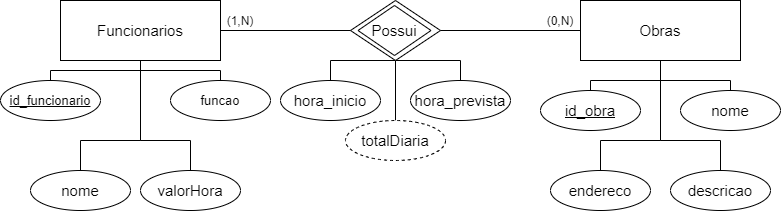
Before: SR/documentacao/bd.png, a diagram exported from draw.io (BielAlves1/Projeto-SR). Source tidied: cells renumbered, new cells last; positions are measured from the earlier drawing's top-left corner, leaving out a move shared by most shapes.
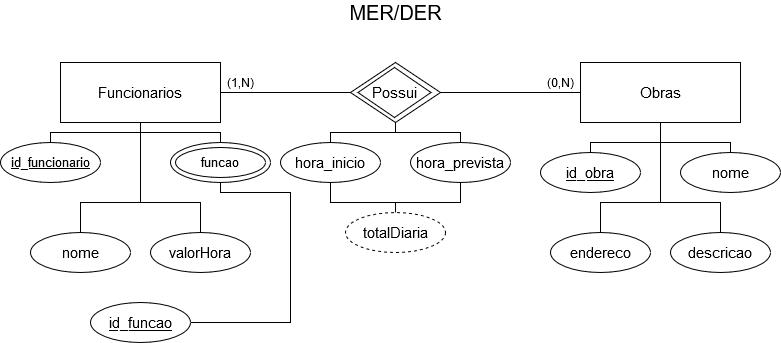
Later version of the same file.

The edit, as a diff of the source:
```diff
@@ -2,23 +2,37 @@
   <root>
     <mxCell id="0" />
     <mxCell id="1" parent="0" />
+    <mxCell id="40" style="edgeStyle=orthogonalEdgeStyle;rounded=0;jettySize=auto;html=1;exitX=0.5;exitY=1;exitDx=0;exitDy=0;endArrow=none;endFill=0;entryX=1;entryY=0.5;entryDx=0;entryDy=0;" parent="1" edge="1" source="21" target="44">
+      <mxGeometry relative="1" as="geometry">
+        <Array as="points">
+          <mxPoint x="220" y="130" />
+          <mxPoint x="290" y="130" />
+          <mxPoint x="290" y="260" />
+        </Array>
+      </mxGeometry>
+    </mxCell>
+    <mxCell id="21" style="ellipse;whiteSpace=wrap;html=1;fontSize=15;" parent="1" vertex="1">
+      <mxGeometry x="170" y="80" width="100" height="40" as="geometry" />
+    </mxCell>
+    <mxCell id="41" style="ellipse;whiteSpace=wrap;html=1;fontSize=15;" parent="1" vertex="1">
+      <mxGeometry x="175" y="85" width="90" height="30" as="geometry" />
+    </mxCell>
     <mxCell id="2" style="edgeStyle=orthogonalEdgeStyle;rounded=0;jettySize=auto;html=1;exitX=0.5;exitY=1;exitDx=0;exitDy=0;entryX=0.5;entryY=0;entryDx=0;entryDy=0;endArrow=none;endFill=0;fontSize=15;" parent="1" edge="1" source="5" target="33">
       <mxGeometry relative="1" as="geometry">
         <Array as="points">
-          <mxPoint x="460" y="60" />
+          <mxPoint x="395" y="70" />
+          <mxPoint x="460" y="70" />
         </Array>
       </mxGeometry>
     </mxCell>
     <mxCell id="3" style="edgeStyle=orthogonalEdgeStyle;rounded=0;jettySize=auto;html=1;exitX=0.5;exitY=1;exitDx=0;exitDy=0;entryX=0.5;entryY=0;entryDx=0;entryDy=0;endArrow=none;endFill=0;fontSize=15;" parent="1" edge="1" source="5" target="32">
       <mxGeometry relative="1" as="geometry">
         <Array as="points">
-          <mxPoint x="330" y="60" />
+          <mxPoint x="395" y="70" />
+          <mxPoint x="330" y="70" />
         </Array>
       </mxGeometry>
     </mxCell>
-    <mxCell id="4" style="edgeStyle=orthogonalEdgeStyle;rounded=0;jettySize=auto;html=1;exitX=0.5;exitY=1;exitDx=0;exitDy=0;entryX=0.5;entryY=0;entryDx=0;entryDy=0;endArrow=none;endFill=0;fontSize=15;" parent="1" edge="1" source="5" target="35">
-      <mxGeometry relative="1" as="geometry" />
-    </mxCell>
     <mxCell id="5" style="rhombus;whiteSpace=wrap;html=1;fontSize=15;" parent="1" vertex="1">
       <mxGeometry x="350" width="90" height="60" as="geometry" />
     </mxCell>
@@ -56,7 +70,7 @@
       <mxGeometry relative="1" as="geometry">
         <Array as="points">
           <mxPoint x="140" y="140" />
-          <mxPoint x="190" y="140" />
+          <mxPoint x="200" y="140" />
         </Array>
       </mxGeometry>
     </mxCell>
@@ -97,9 +111,6 @@
     <mxCell id="20" value="Funcionarios" style="text;html=1;strokeColor=none;fillColor=none;align=center;verticalAlign=middle;whiteSpace=wrap;rounded=0;fontSize=15;" parent="1" vertex="1">
       <mxGeometry x="80" y="20" width="120" height="20" as="geometry" />
     </mxCell>
-    <mxCell id="21" style="ellipse;whiteSpace=wrap;html=1;fontSize=15;" parent="1" vertex="1">
-      <mxGeometry x="170" y="80" width="100" height="40" as="geometry" />
-    </mxCell>
     <mxCell id="22" style="ellipse;whiteSpace=wrap;html=1;fontSize=15;" parent="1" vertex="1">
       <mxGeometry y="80" width="100" height="40" as="geometry" />
     </mxCell>
@@ -130,17 +141,23 @@
     <mxCell id="31" value="nome" style="text;html=1;strokeColor=none;fillColor=none;align=center;verticalAlign=middle;whiteSpace=wrap;rounded=0;fontSize=15;" parent="1" vertex="1">
       <mxGeometry x="710" y="100" width="40" height="20" as="geometry" />
     </mxCell>
+    <mxCell id="42" style="edgeStyle=orthogonalEdgeStyle;rounded=0;jettySize=auto;html=1;exitX=0.5;exitY=1;exitDx=0;exitDy=0;endArrow=none;endFill=0;" parent="1" edge="1" source="32" target="35">
+      <mxGeometry relative="1" as="geometry" />
+    </mxCell>
     <mxCell id="32" value="hora_inicio" style="ellipse;whiteSpace=wrap;html=1;fontSize=15;" parent="1" vertex="1">
       <mxGeometry x="280" y="80" width="100" height="40" as="geometry" />
     </mxCell>
+    <mxCell id="43" style="edgeStyle=orthogonalEdgeStyle;rounded=0;jettySize=auto;html=1;exitX=0.5;exitY=1;exitDx=0;exitDy=0;entryX=0.5;entryY=0;entryDx=0;entryDy=0;endArrow=none;endFill=0;" parent="1" edge="1" source="33" target="35">
+      <mxGeometry relative="1" as="geometry" />
+    </mxCell>
     <mxCell id="33" value="hora_prevista" style="ellipse;whiteSpace=wrap;html=1;fontSize=15;" parent="1" vertex="1">
       <mxGeometry x="410" y="80" width="100" height="40" as="geometry" />
     </mxCell>
     <mxCell id="34" value="valorHora" style="ellipse;whiteSpace=wrap;html=1;fontSize=15;" parent="1" vertex="1">
-      <mxGeometry x="140" y="170" width="100" height="40" as="geometry" />
+      <mxGeometry x="150" y="170" width="100" height="40" as="geometry" />
     </mxCell>
     <mxCell id="35" value="totalDiaria" style="ellipse;whiteSpace=wrap;html=1;fontSize=15;dashed=1;" parent="1" vertex="1">
-      <mxGeometry x="345" y="120" width="100" height="40" as="geometry" />
+      <mxGeometry x="345" y="150" width="100" height="40" as="geometry" />
     </mxCell>
     <mxCell id="36" value="(1,N)" style="text;html=1;strokeColor=none;fillColor=none;align=center;verticalAlign=middle;whiteSpace=wrap;rounded=0;fontSize=12;" parent="1" vertex="1">
       <mxGeometry x="220" y="10" width="40" height="20" as="geometry" />
@@ -154,5 +171,11 @@
     <mxCell id="39" value="id_obra" style="text;html=1;strokeColor=none;fillColor=none;align=center;verticalAlign=middle;whiteSpace=wrap;rounded=0;fontSize=15;fontStyle=4;" parent="1" vertex="1">
       <mxGeometry x="570" y="100" width="40" height="20" as="geometry" />
     </mxCell>
+    <mxCell id="44" value="&lt;u&gt;id_funcao&lt;/u&gt;" style="ellipse;whiteSpace=wrap;html=1;fontSize=15;" parent="1" vertex="1">
+      <mxGeometry x="90" y="240" width="100" height="40" as="geometry" />
+    </mxCell>
+    <mxCell id="45" value="MER/DER" style="text;html=1;strokeColor=none;fillColor=none;align=center;verticalAlign=middle;whiteSpace=wrap;rounded=0;fontSize=20;" parent="1" vertex="1">
+      <mxGeometry x="327.5" y="-60" width="135" height="20" as="geometry" />
+    </mxCell>
   </root>
 </mxGraphModel>
```
